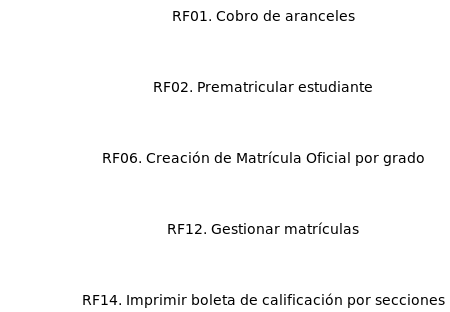
Earlier version of the PlantUML export out/UseCaseView/Requisites.png (wsmcbl/wsmcbl.doc).
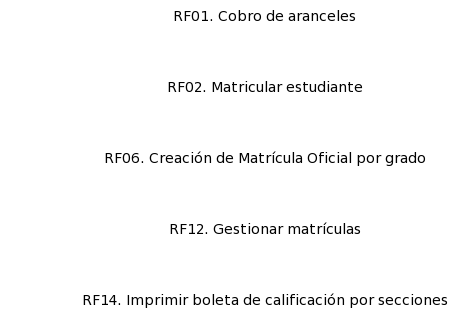
Later version of the same file.

What changed in the source:
```diff
@@ -5,7 +5,7 @@
 label 0 as " "
 
 label RF01 as "RF01. Cobro de aranceles"
-label RF02 as "RF02. Prematricular estudiante"
+label RF02 as "RF02. Matricular estudiante"
 label RF06 as "RF06. Creación de Matrícula Oficial por grado"
 label RF12 as "RF12. Gestionar matrículas"
 label RF14 as "RF14. Imprimir boleta de calificación por secciones"
@@ -15,5 +15,4 @@
 0 ..[hidden]> RF06
 0 ..[hidden]> RF12
 0 ..[hidden]> RF14
-
 @enduml
```
